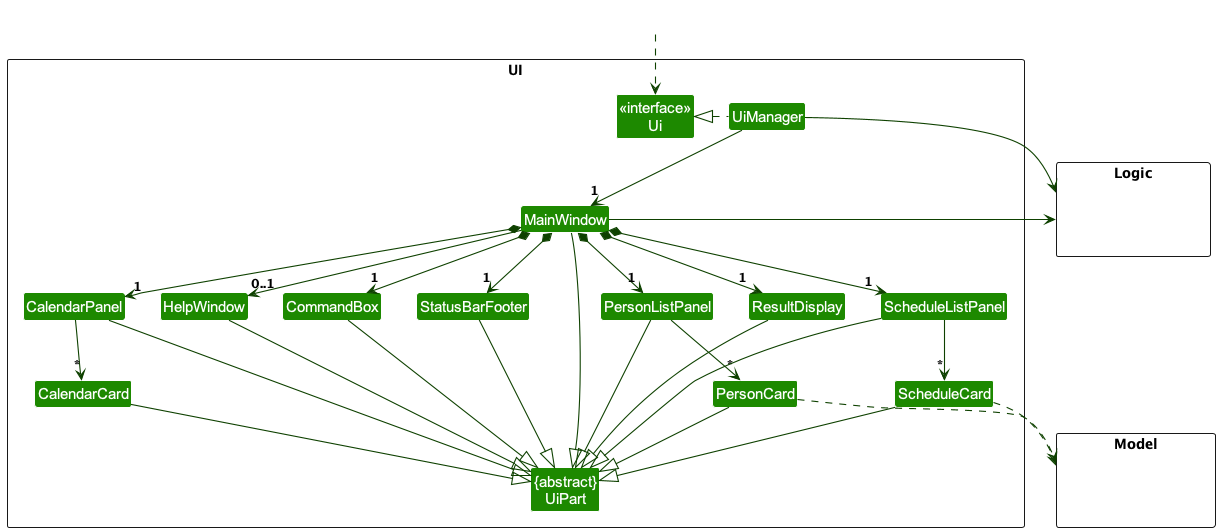
Earlier version of the PlantUML export docs/images/UiClassDiagram.png (nus-cs2103-AY2324S1/tp).
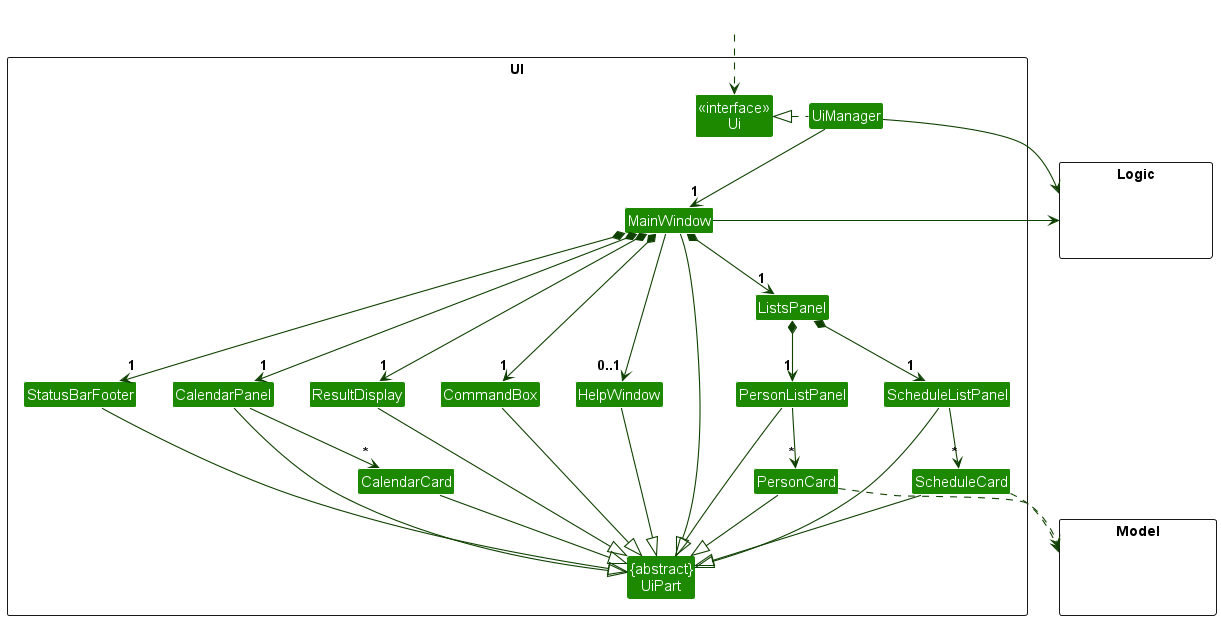
After the change.

Commit message:
Update Ui section to include ListsPanel

Change to the diagram source:
```diff
@@ -11,6 +11,7 @@
 Class MainWindow
 Class HelpWindow
 Class ResultDisplay
+Class ListsPanel
 Class PersonListPanel
 Class PersonCard
 Class ScheduleListPanel
@@ -36,11 +37,13 @@
 UiManager -down-> "1" MainWindow
 MainWindow *-down->  "1" CommandBox
 MainWindow *-down-> "1" ResultDisplay
-MainWindow *-down-> "1" PersonListPanel
-MainWindow *-down-> "1" ScheduleListPanel
+MainWindow *-down-> "1" ListsPanel
 MainWindow *-down-> "1" CalendarPanel
 MainWindow *-down-> "1" StatusBarFooter
 MainWindow --> "0..1" HelpWindow
+
+ListsPanel *-down-> "1" PersonListPanel
+ListsPanel *-down-> "1" ScheduleListPanel
 
 PersonListPanel -down-> "*" PersonCard
 
```
